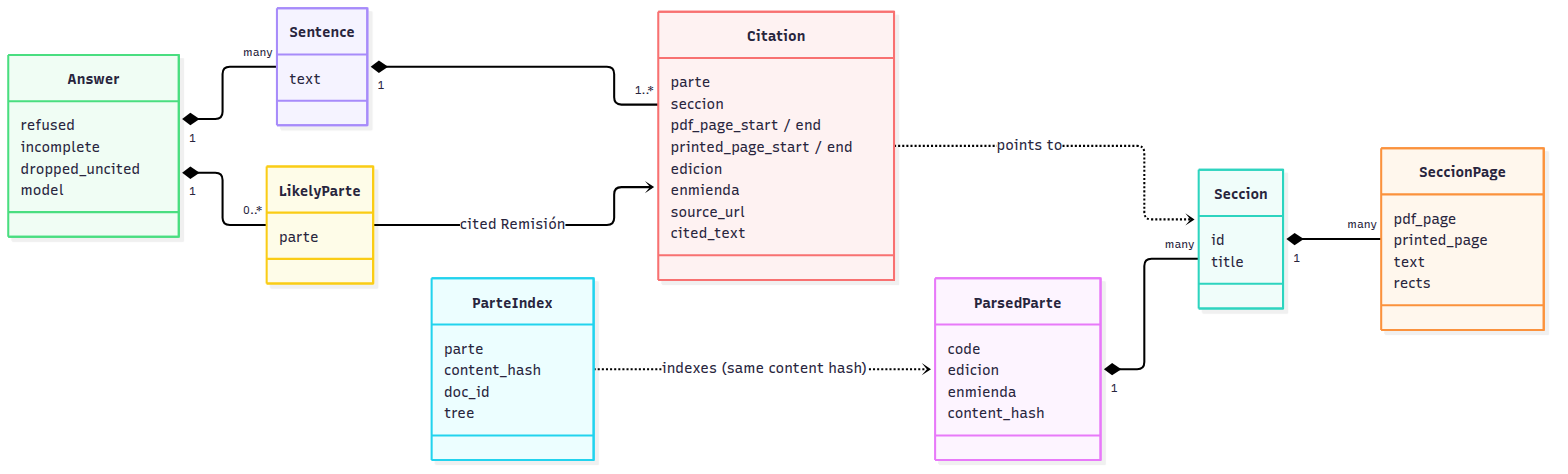
Guernik/raac-rag keeps this Mermaid diagram as docs/diagrams/domain-model.png. Above is the earlier version. Its source is kept beside it as docs/diagrams/domain-model.mmd. Its diagram source:
```mermaid
classDiagram
    direction LR
    class ParsedParte {
        code
        edicion
        enmienda
        content_hash
    }
    class Seccion {
        id
        title
    }
    class SeccionPage {
        pdf_page
        printed_page
        text
        rects
    }
    class ParteIndex {
        parte
        content_hash
        doc_id
        tree
    }
    class Answer {
        refused
        incomplete
        dropped_uncited
        model
    }
    class Sentence {
        text
    }
    class Citation {
        parte
        seccion
        pdf_page_start / end
        printed_page_start / end
        edicion
        enmienda
        source_url
        cited_text
    }
    class LikelyParte {
        parte
    }
    ParsedParte "1" *-- "many" Seccion
    Seccion "1" *-- "many" SeccionPage
    ParteIndex ..> ParsedParte : indexes (same content hash)
    Answer "1" *-- "many" Sentence
    Sentence "1" *-- "1..*" Citation
    Answer "1" *-- "0..*" LikelyParte
    LikelyParte --> Citation : cited Remisión
    Citation ..> Seccion : points to
```
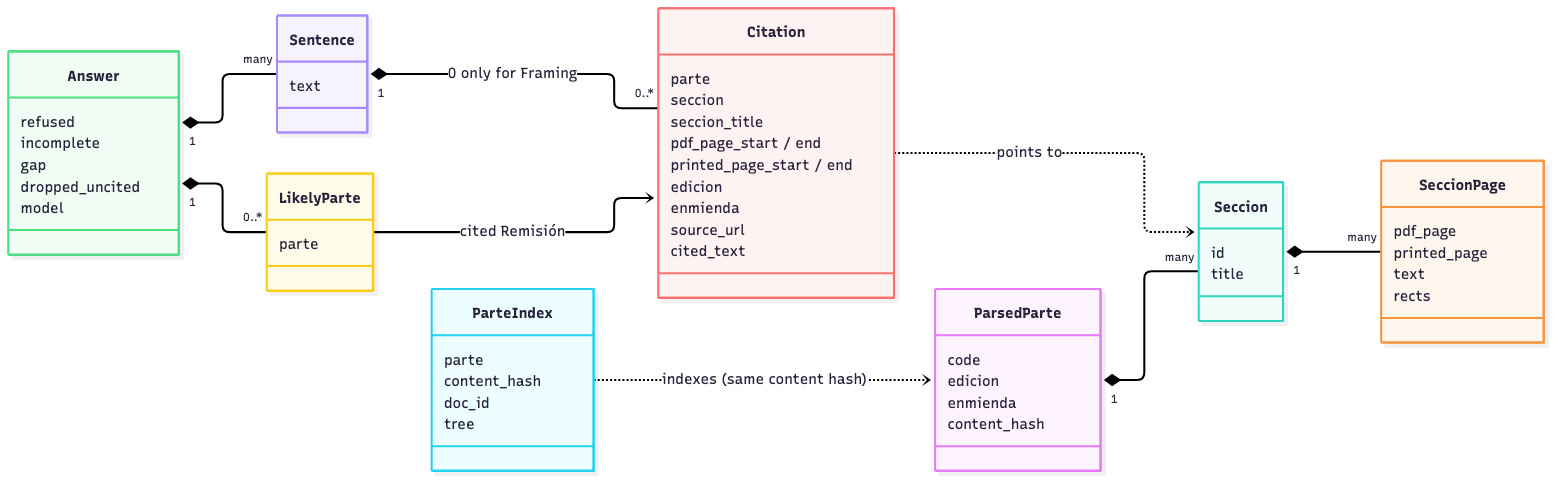
Later version of the same file.

Commit message:
docs: diagrams reflect ADR 0003 Framing, coverage line and raac eval

The edit, as a diff of the source:
```diff
@@ -25,6 +25,7 @@
     class Answer {
         refused
         incomplete
+        gap
         dropped_uncited
         model
     }
@@ -34,6 +35,7 @@
     class Citation {
         parte
         seccion
+        seccion_title
         pdf_page_start / end
         printed_page_start / end
         edicion
@@ -48,7 +50,7 @@
     Seccion "1" *-- "many" SeccionPage
     ParteIndex ..> ParsedParte : indexes (same content hash)
     Answer "1" *-- "many" Sentence
-    Sentence "1" *-- "1..*" Citation
+    Sentence "1" *-- "0..*" Citation : 0 only for Framing
     Answer "1" *-- "0..*" LikelyParte
     LikelyParte --> Citation : cited Remisión
     Citation ..> Seccion : points to
```
